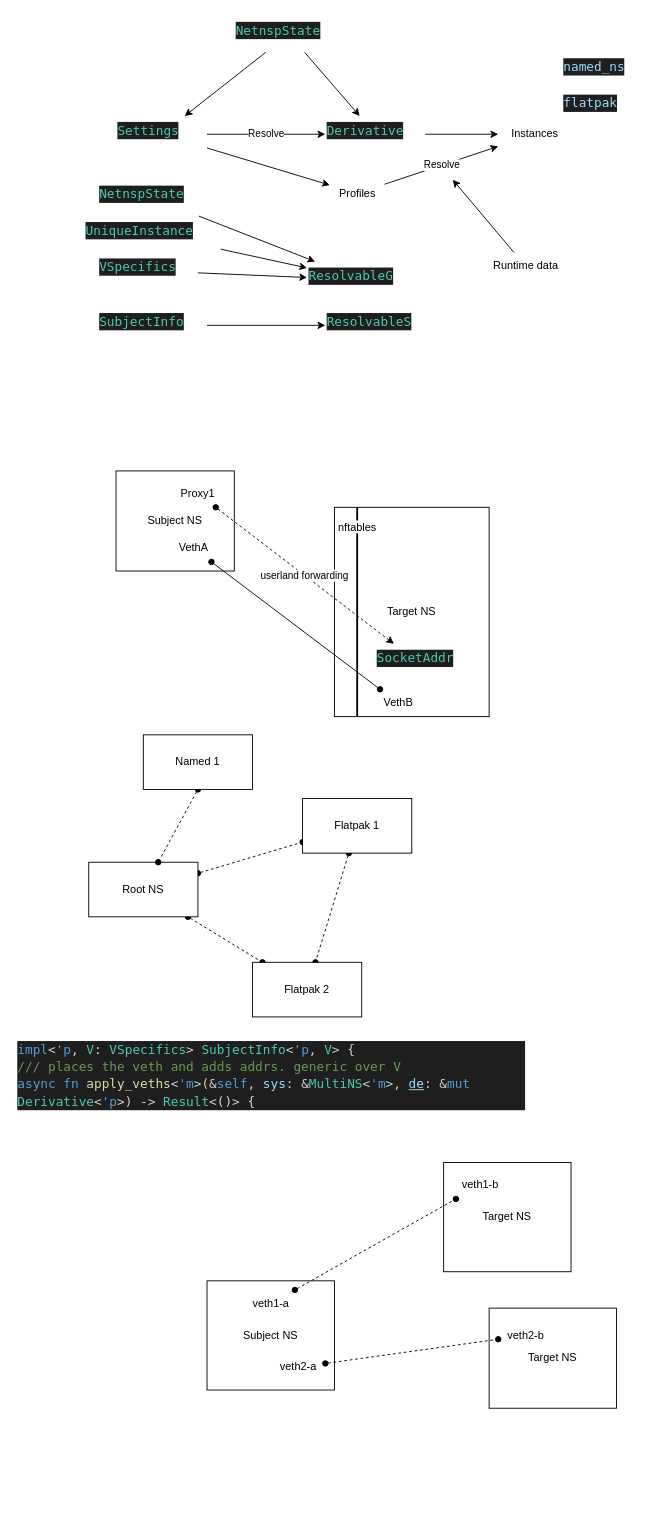
Above: notes/g.drawio in planetoryd/netns-proxy (draw.io), before the change. Source tidied: cells renumbered, new cells numbered last; positions are measured from the earlier drawing's top-left corner, leaving out a move shared by most shapes. Both pictures are drawn from the tidied source at 91%, with x=0, y=0 at pixel (15, 15).
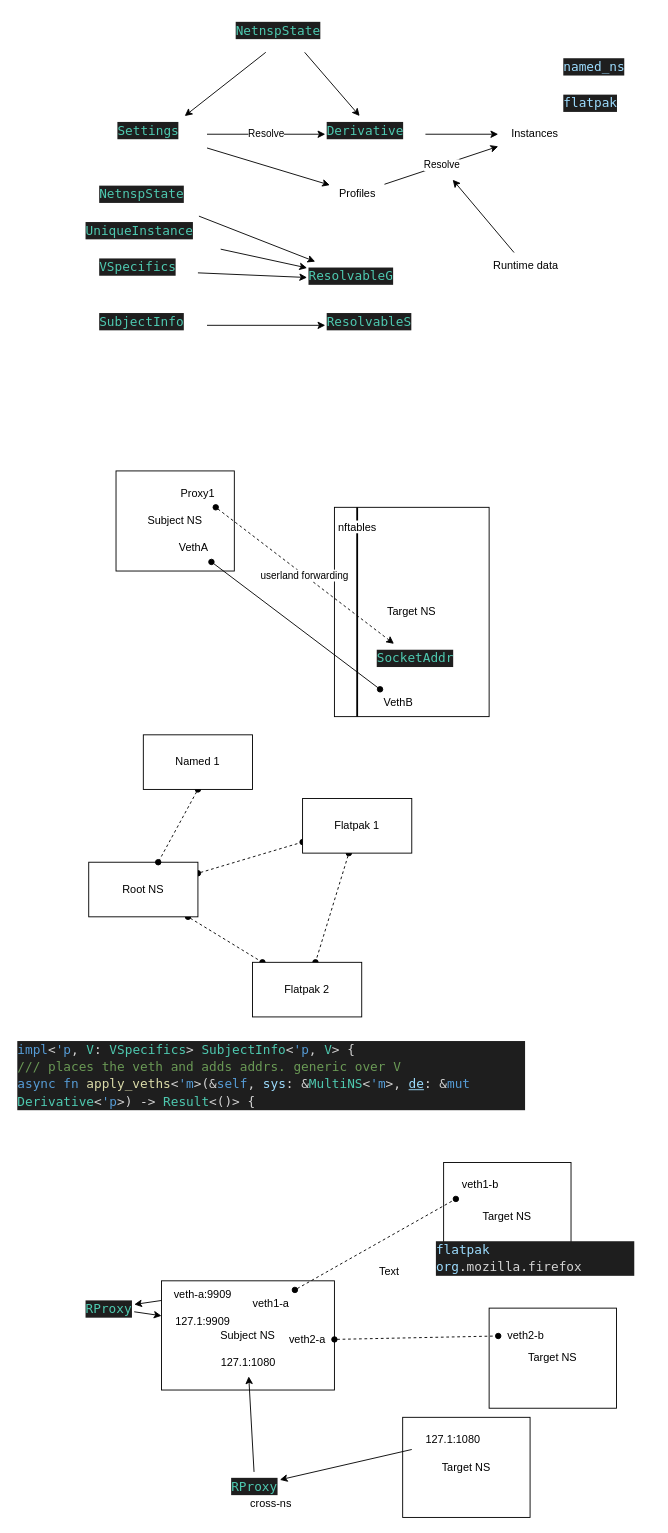
The same page after the edit.

Change to the diagram source:
```diff
@@
     <mxCell id="44" value="Subject NS" style="rounded=0;whiteSpace=wrap;html=1;" parent="1" vertex="1">
-      <mxGeometry x="210" y="1390" width="140" height="120" as="geometry" />
+      <mxGeometry x="160" y="1390" width="190" height="120" as="geometry" />
     </mxCell>
@@
     <mxCell id="51" value="veth2-a" style="text;html=1;align=center;verticalAlign=middle;points=[];strokeColor=none;fillColor=none;" parent="1" vertex="1">
-      <mxGeometry x="280" y="1470" width="60" height="30" as="geometry" />
+      <mxGeometry x="290" y="1440" width="60" height="30" as="geometry" />
     </mxCell>
@@
+    <mxCell id="54" style="edgeStyle=none;html=1;" parent="1" edge="1" source="55" target="56">
+      <mxGeometry relative="1" as="geometry" />
+    </mxCell>
+    <mxCell id="55" value="&lt;div style=&quot;color: rgb(212, 212, 212); background-color: rgb(30, 30, 30); font-family: &amp;quot;Droid Sans Mono&amp;quot;, &amp;quot;monospace&amp;quot;, monospace; font-weight: normal; font-size: 14px; line-height: 19px;&quot;&gt;&lt;div&gt;&lt;span style=&quot;color: #4ec9b0;&quot;&gt;RProxy&lt;/span&gt;&lt;/div&gt;&lt;/div&gt;" style="text;whiteSpace=wrap;html=1;" parent="1" vertex="1">
+      <mxGeometry x="75" y="1405" width="55" height="30" as="geometry" />
+    </mxCell>
+    <mxCell id="56" value="127.1:9909" style="text;html=1;align=center;verticalAlign=middle;points=[];strokeColor=none;fillColor=none;" parent="1" vertex="1">
+      <mxGeometry x="160" y="1420" width="90" height="30" as="geometry" />
+    </mxCell>
+    <mxCell id="57" style="edgeStyle=none;html=1;" parent="1" edge="1" source="58" target="55">
+      <mxGeometry relative="1" as="geometry" />
+    </mxCell>
+    <mxCell id="58" value="veth-a:9909" style="text;html=1;align=center;verticalAlign=middle;points=[];strokeColor=none;fillColor=none;" parent="1" vertex="1">
+      <mxGeometry x="160" y="1390" width="90" height="30" as="geometry" />
+    </mxCell>
+    <mxCell id="59" style="edgeStyle=none;html=1;" parent="1" edge="1" source="60" target="64">
+      <mxGeometry relative="1" as="geometry" />
+    </mxCell>
+    <mxCell id="60" value="&lt;div style=&quot;color: rgb(212, 212, 212); background-color: rgb(30, 30, 30); font-family: &amp;quot;Droid Sans Mono&amp;quot;, &amp;quot;monospace&amp;quot;, monospace; font-weight: normal; font-size: 14px; line-height: 19px;&quot;&gt;&lt;div&gt;&lt;span style=&quot;color: #4ec9b0;&quot;&gt;RProxy&lt;/span&gt;&lt;/div&gt;&lt;/div&gt;" style="text;whiteSpace=wrap;html=1;" parent="1" vertex="1">
+      <mxGeometry x="235" y="1600" width="55" height="30" as="geometry" />
+    </mxCell>
+    <mxCell id="61" value="Target NS" style="rounded=0;whiteSpace=wrap;html=1;" parent="1" vertex="1">
+      <mxGeometry x="425" y="1540" width="140" height="110" as="geometry" />
+    </mxCell>
+    <mxCell id="62" style="edgeStyle=none;html=1;" parent="1" edge="1" source="63" target="60">
+      <mxGeometry relative="1" as="geometry" />
+    </mxCell>
+    <mxCell id="63" value="127.1:1080" style="text;html=1;align=center;verticalAlign=middle;points=[];strokeColor=none;fillColor=none;" parent="1" vertex="1">
+      <mxGeometry x="435" y="1550" width="90" height="30" as="geometry" />
+    </mxCell>
+    <mxCell id="64" value="127.1:1080" style="text;html=1;align=center;verticalAlign=middle;points=[];strokeColor=none;fillColor=none;" parent="1" vertex="1">
+      <mxGeometry x="210" y="1465" width="90" height="30" as="geometry" />
+    </mxCell>
+    <mxCell id="65" value="cross-ns" style="text;html=1;align=center;verticalAlign=middle;strokeColor=none;fillColor=none;" parent="1" vertex="1">
+      <mxGeometry x="245" y="1620" width="70" height="30" as="geometry" />
+    </mxCell>
+    <mxCell id="66" value="Text" style="text;html=1;align=center;verticalAlign=middle;strokeColor=none;fillColor=none;" parent="1" vertex="1">
+      <mxGeometry x="385" y="1365" width="50" height="30" as="geometry" />
+    </mxCell>
+    <mxCell id="67" value="&lt;div style=&quot;color: rgb(212, 212, 212); background-color: rgb(30, 30, 30); font-family: &amp;quot;Droid Sans Mono&amp;quot;, &amp;quot;monospace&amp;quot;, monospace; font-weight: normal; font-size: 14px; line-height: 19px;&quot;&gt;&lt;div&gt;&lt;span style=&quot;color: #9cdcfe;&quot;&gt;flatpak org&lt;/span&gt;&lt;span style=&quot;color: #d4d4d4;&quot;&gt;.&lt;/span&gt;&lt;span style=&quot;color: #d4d4d4;&quot;&gt;mozilla&lt;/span&gt;&lt;span style=&quot;color: #d4d4d4;&quot;&gt;.&lt;/span&gt;&lt;span style=&quot;color: #d4d4d4;&quot;&gt;firefox&lt;/span&gt;&lt;/div&gt;&lt;/div&gt;" style="text;whiteSpace=wrap;html=1;" parent="1" vertex="1">
+      <mxGeometry x="460" y="1340" width="220" height="40" as="geometry" />
+    </mxCell>
```
